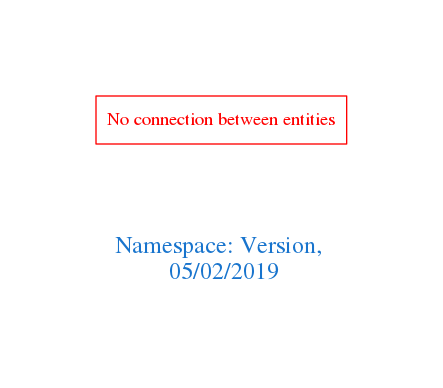
Above: downloads/Version.png in arago/OGIT (Graphviz), before the change. Its source is kept beside it as downloads/Version.dot.
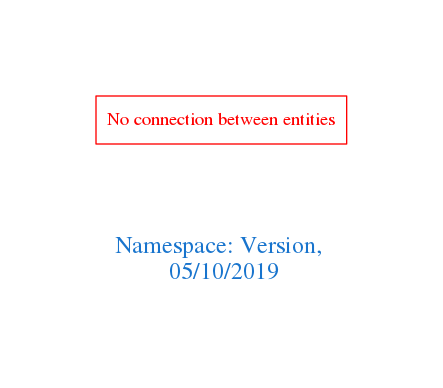
The same file after the commit.

The edit, as a diff of the source:
```diff
@@ -1,7 +1,7 @@
 digraph OGIT_ontology {
  graph [ rankdir= LR,pad=1
 fontsize = 18,
-fontcolor= dodgerblue3,label = "\n\n\nNamespace: Version, \n 05/02/2019"];
+fontcolor= dodgerblue3,label = "\n\n\nNamespace: Version, \n 05/10/2019"];
 node[shape=polygon];
 edge [  color="gray81"];
 
```
